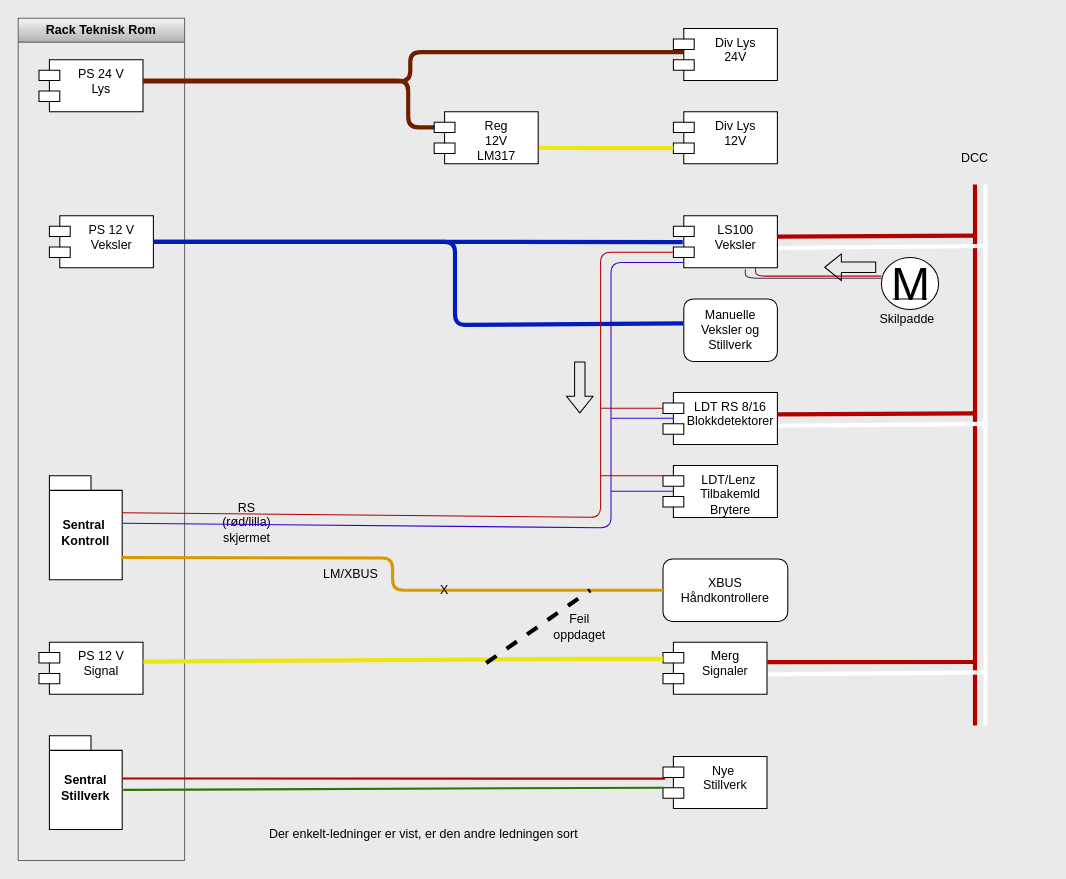
DrammenMJK/Elektrisk keeps this draw.io diagram as PowerSupplies.drawio. Above is the earlier version. Source tidied: cells renumbered, new cells numbered last; positions are measured from the earlier drawing's top-left corner, leaving out a move shared by most shapes. Both pictures are drawn from the tidied source at 104%, with x=0, y=0 at pixel (18, 18).
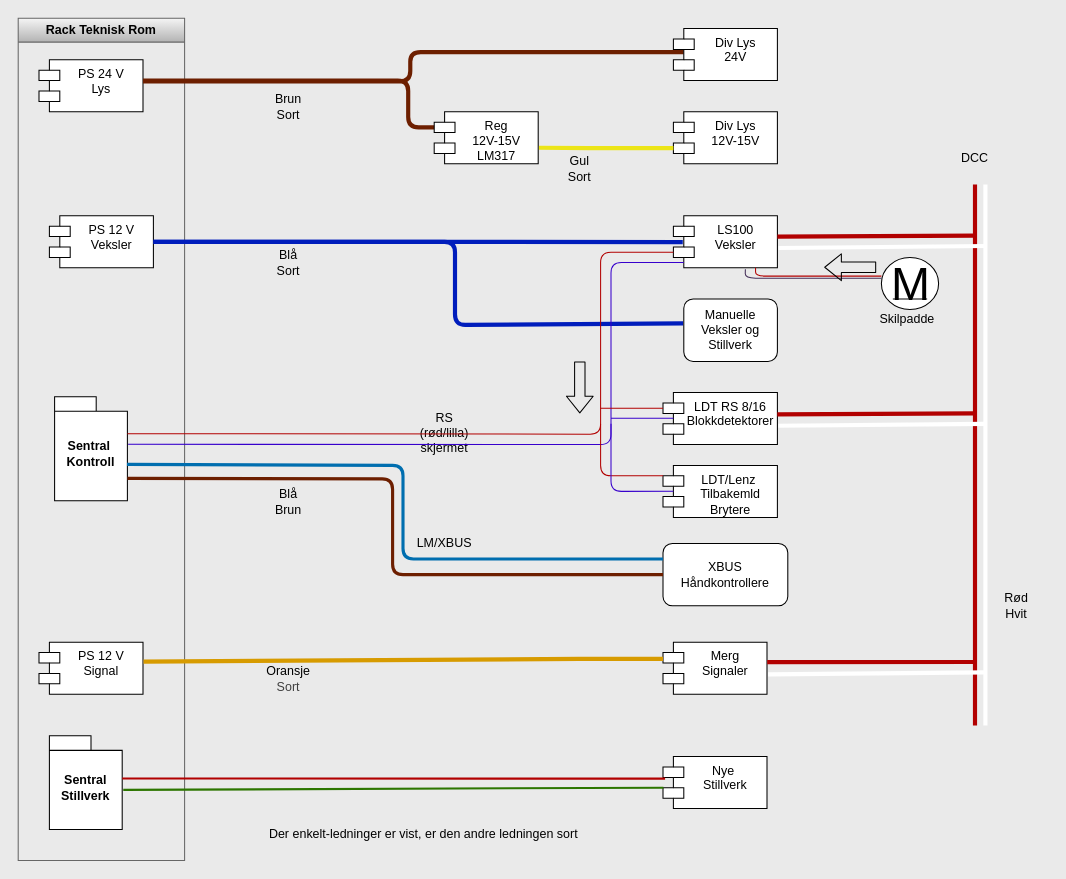
After the change.

The change refers to these unchanged cells:
```xml
<mxCell id="2" value="Rack Teknisk Rom" style="swimlane;whiteSpace=wrap;html=1;fillColor=#f5f5f5;gradientColor=#b3b3b3;strokeColor=#666666;shadow=0;" parent="1" vertex="1">
  <mxGeometry width="160" height="810" as="geometry" />
</mxCell>
<mxCell id="4" value="PS 12 V&lt;div&gt;Signal&lt;/div&gt;" style="shape=module;align=left;spacingLeft=20;align=center;verticalAlign=top;whiteSpace=wrap;html=1;" parent="2" vertex="1">
  <mxGeometry x="20" y="600" width="100" height="50" as="geometry" />
</mxCell>
<mxCell id="14" value="LS100&lt;div&gt;Veksler&lt;/div&gt;" style="shape=module;align=left;spacingLeft=20;align=center;verticalAlign=top;whiteSpace=wrap;html=1;" parent="1" vertex="1">
  <mxGeometry x="630" y="190" width="100" height="50" as="geometry" />
</mxCell>
```

Diff of the diagram source:
```diff
@@
+    <mxCell id="6" value="Sentral&amp;nbsp;&lt;br&gt;Kontroll" style="shape=folder;fontStyle=1;spacingTop=10;tabWidth=40;tabHeight=14;tabPosition=left;html=1;whiteSpace=wrap;" parent="2" vertex="1">
+      <mxGeometry x="35" y="364" width="70" height="100" as="geometry" />
+    </mxCell>
@@
-    <mxCell id="6" value="Sentral&amp;nbsp;&lt;br&gt;Kontroll" style="shape=folder;fontStyle=1;spacingTop=10;tabWidth=40;tabHeight=14;tabPosition=left;html=1;whiteSpace=wrap;" parent="1" vertex="1">
-      <mxGeometry x="30" y="440" width="70" height="100" as="geometry" />
-    </mxCell>
@@
-    <mxCell id="9" value="Reg&lt;div&gt;12V&lt;/div&gt;&lt;div&gt;LM317&lt;/div&gt;&lt;div&gt;&lt;br&gt;&lt;/div&gt;" style="shape=module;align=left;spacingLeft=20;align=center;verticalAlign=top;whiteSpace=wrap;html=1;" parent="1" vertex="1">
+    <mxCell id="9" value="Reg&lt;div&gt;12V-15V&lt;/div&gt;&lt;div&gt;LM317&lt;/div&gt;&lt;div&gt;&lt;br&gt;&lt;/div&gt;" style="shape=module;align=left;spacingLeft=20;align=center;verticalAlign=top;whiteSpace=wrap;html=1;" parent="1" vertex="1">
       <mxGeometry x="400" y="90" width="100" height="50" as="geometry" />
     </mxCell>
@@
-    <mxCell id="12" value="Div Lys&lt;div&gt;12V&lt;/div&gt;" style="shape=module;align=left;spacingLeft=20;align=center;verticalAlign=top;whiteSpace=wrap;html=1;" parent="1" vertex="1">
+    <mxCell id="12" value="Div Lys&lt;div&gt;12V-15V&lt;/div&gt;" style="shape=module;align=left;spacingLeft=20;align=center;verticalAlign=top;whiteSpace=wrap;html=1;" parent="1" vertex="1">
       <mxGeometry x="630" y="90" width="100" height="50" as="geometry" />
     </mxCell>
@@
     <mxCell id="17" value="RS (rød/lilla)&lt;div&gt;skjermet&lt;/div&gt;" style="text;strokeColor=none;align=center;fillColor=none;html=1;verticalAlign=middle;whiteSpace=wrap;rounded=0;" parent="1" vertex="1">
-      <mxGeometry x="190" y="470" width="60" height="30" as="geometry" />
+      <mxGeometry x="380" y="384" width="60" height="30" as="geometry" />
     </mxCell>
@@
     <mxCell id="19" style="endArrow=none;html=1;exitX=0;exitY=0;exitDx=70;exitDy=35.5;exitPerimeter=0;entryX=0;entryY=0;entryDx=0;entryDy=35;entryPerimeter=0;fillColor=#e51400;strokeColor=#B20000;" parent="1" edge="1" source="6" target="14">
       <mxGeometry relative="1" as="geometry">
         <Array as="points">
-          <mxPoint x="560" y="480" />
+          <mxPoint x="560" y="400" />
           <mxPoint x="560" y="270" />
           <mxPoint x="560" y="225" />
         </Array>
       </mxGeometry>
     </mxCell>
     <mxCell id="20" style="endArrow=none;html=1;exitX=1.01;exitY=0.457;exitDx=0;exitDy=0;exitPerimeter=0;entryX=0;entryY=0;entryDx=0;entryDy=35;entryPerimeter=0;fillColor=#6a00ff;strokeColor=#3700CC;" parent="1" edge="1" source="6">
       <mxGeometry relative="1" as="geometry">
         <mxPoint x="640" y="235" as="targetPoint" />
         <Array as="points">
-          <mxPoint x="570" y="490" />
+          <mxPoint x="570" y="410" />
           <mxPoint x="570" y="280" />
           <mxPoint x="570" y="235" />
         </Array>
       </mxGeometry>
     </mxCell>
@@
     <mxCell id="25" style="endArrow=none;html=1;entryX=0;entryY=0;entryDx=0;entryDy=15;entryPerimeter=0;rounded=1;strokeColor=#B20000;align=center;verticalAlign=middle;fontFamily=Helvetica;fontSize=11;fontColor=default;labelBackgroundColor=default;fillColor=#e51400;" parent="1" edge="1">
       <mxGeometry relative="1" as="geometry">
-        <mxPoint x="560" y="440" as="sourcePoint" />
+        <mxPoint x="560" y="390" as="sourcePoint" />
         <mxPoint x="620" y="440" as="targetPoint" />
+        <Array as="points">
+          <mxPoint x="560" y="440" />
+        </Array>
       </mxGeometry>
     </mxCell>
     <mxCell id="26" style="endArrow=none;html=1;entryX=0;entryY=0;entryDx=0;entryDy=15;entryPerimeter=0;rounded=1;strokeColor=#3700CC;align=center;verticalAlign=middle;fontFamily=Helvetica;fontSize=11;fontColor=default;labelBackgroundColor=default;fillColor=#6a00ff;" parent="1" edge="1">
       <mxGeometry relative="1" as="geometry">
-        <mxPoint x="570" y="454.8" as="sourcePoint" />
+        <mxPoint x="570" y="390" as="sourcePoint" />
         <mxPoint x="630" y="454.8" as="targetPoint" />
+        <Array as="points">
+          <mxPoint x="570" y="455" />
+        </Array>
       </mxGeometry>
     </mxCell>
@@
-    <mxCell id="28" style="edgeStyle=none;html=1;entryX=0;entryY=0;entryDx=0;entryDy=35;entryPerimeter=0;fillColor=#ffff88;strokeColor=light-dark(#ece518, #babdc0);rounded=1;strokeWidth=4;align=center;verticalAlign=middle;fontFamily=Helvetica;fontSize=11;fontColor=default;labelBackgroundColor=default;endArrow=none;exitX=1.005;exitY=0.373;exitDx=0;exitDy=0;exitPerimeter=0;" parent="1" edge="1" source="4">
+    <mxCell id="28" style="edgeStyle=none;html=1;entryX=0;entryY=0;entryDx=0;entryDy=35;entryPerimeter=0;rounded=1;strokeWidth=4;align=center;verticalAlign=middle;fontFamily=Helvetica;fontSize=11;fontColor=default;labelBackgroundColor=default;endArrow=none;exitX=1.005;exitY=0.373;exitDx=0;exitDy=0;exitPerimeter=0;fillColor=#ffe6cc;strokeColor=#d79b00;" parent="1" edge="1" source="4">
       <mxGeometry relative="1" as="geometry">
         <mxPoint x="620" y="616" as="targetPoint" />
         <Array as="points">
           <mxPoint x="550" y="616" />
         </Array>
       </mxGeometry>
     </mxCell>
     <mxCell id="29" value="&lt;div&gt;XBUS&lt;/div&gt;Håndkontrollere" style="rounded=1;whiteSpace=wrap;html=1;" parent="1" vertex="1">
-      <mxGeometry x="620" y="520" width="120" height="60" as="geometry" />
+      <mxGeometry x="620" y="505" width="120" height="60" as="geometry" />
     </mxCell>
-    <mxCell id="30" style="endArrow=none;html=1;entryX=0;entryY=0.5;entryDx=0;entryDy=0;exitX=0;exitY=0;exitDx=70;exitDy=78.5;exitPerimeter=0;fillColor=#ffcd28;gradientColor=#ffa500;strokeColor=#d79b00;strokeWidth=3;" parent="1" edge="1" source="6" target="29">
+    <mxCell id="30" style="endArrow=none;html=1;entryX=0;entryY=0.5;entryDx=0;entryDy=0;exitX=0;exitY=0;exitDx=70;exitDy=78.5;exitPerimeter=0;fillColor=#a0522d;strokeColor=#6D1F00;strokeWidth=3;" parent="1" edge="1" source="6" target="29">
       <mxGeometry relative="1" as="geometry">
         <Array as="points">
-          <mxPoint x="360" y="519" />
-          <mxPoint x="360" y="550" />
+          <mxPoint x="360" y="443" />
+          <mxPoint x="360" y="535" />
         </Array>
       </mxGeometry>
     </mxCell>
     <mxCell id="31" value="LM/XBUS" style="text;strokeColor=none;align=center;fillColor=none;html=1;verticalAlign=middle;whiteSpace=wrap;rounded=0;" parent="1" vertex="1">
-      <mxGeometry x="290" y="520" width="60" height="30" as="geometry" />
+      <mxGeometry x="380" y="490" width="60" height="30" as="geometry" />
     </mxCell>
@@
-    <mxCell id="48" style="endArrow=none;html=1;strokeWidth=4;dashed=1;" parent="1" edge="1">
-      <mxGeometry relative="1" as="geometry">
-        <mxPoint x="450" y="620" as="sourcePoint" />
-        <mxPoint x="550" y="550" as="targetPoint" />
-      </mxGeometry>
-    </mxCell>
-    <mxCell id="49" value="Feil oppdaget" style="text;strokeColor=none;align=center;fillColor=none;html=1;verticalAlign=middle;whiteSpace=wrap;rounded=0;" parent="1" vertex="1">
-      <mxGeometry x="510" y="570" width="60" height="30" as="geometry" />
-    </mxCell>
-    <mxCell id="50" value="X" style="text;strokeColor=none;align=center;fillColor=none;html=1;verticalAlign=middle;whiteSpace=wrap;rounded=0;" parent="1" vertex="1">
-      <mxGeometry x="380" y="535" width="60" height="30" as="geometry" />
-    </mxCell>
@@
+    <mxCell id="54" value="Oransje&lt;div&gt;&lt;span style=&quot;color: rgb(63, 63, 63); background-color: transparent;&quot;&gt;Sort&lt;/span&gt;&lt;/div&gt;" style="text;strokeColor=none;align=center;fillColor=none;html=1;verticalAlign=middle;whiteSpace=wrap;rounded=0;" parent="1" vertex="1">
+      <mxGeometry x="230" y="620" width="60" height="30" as="geometry" />
+    </mxCell>
+    <mxCell id="55" value="Blå&lt;div&gt;Brun&lt;/div&gt;" style="text;strokeColor=none;align=center;fillColor=none;html=1;verticalAlign=middle;whiteSpace=wrap;rounded=0;" parent="1" vertex="1">
+      <mxGeometry x="230" y="450" width="60" height="30" as="geometry" />
+    </mxCell>
+    <mxCell id="56" style="endArrow=none;html=1;entryX=0;entryY=0.25;entryDx=0;entryDy=0;exitX=0.994;exitY=0.65;exitDx=0;exitDy=0;exitPerimeter=0;fillColor=#1ba1e2;strokeColor=#006EAF;strokeWidth=3;" parent="1" edge="1" source="6" target="29">
+      <mxGeometry relative="1" as="geometry">
+        <Array as="points">
+          <mxPoint x="370" y="430" />
+          <mxPoint x="370" y="520" />
+        </Array>
+      </mxGeometry>
+    </mxCell>
+    <mxCell id="57" value="Gul&lt;div&gt;Sort&lt;/div&gt;" style="text;strokeColor=none;align=center;fillColor=none;html=1;verticalAlign=middle;whiteSpace=wrap;rounded=0;" parent="1" vertex="1">
+      <mxGeometry x="510" y="130" width="60" height="30" as="geometry" />
+    </mxCell>
+    <mxCell id="58" value="Blå&lt;div&gt;Sort&lt;/div&gt;" style="text;strokeColor=none;align=center;fillColor=none;html=1;verticalAlign=middle;whiteSpace=wrap;rounded=0;" parent="1" vertex="1">
+      <mxGeometry x="230" y="220" width="60" height="30" as="geometry" />
+    </mxCell>
+    <mxCell id="59" value="Brun&lt;div&gt;Sort&lt;/div&gt;" style="text;strokeColor=none;align=center;fillColor=none;html=1;verticalAlign=middle;whiteSpace=wrap;rounded=0;" parent="1" vertex="1">
+      <mxGeometry x="230" y="70" width="60" height="30" as="geometry" />
+    </mxCell>
+    <mxCell id="60" value="Rød&lt;div&gt;Hvit&lt;/div&gt;" style="text;strokeColor=none;align=center;fillColor=none;html=1;verticalAlign=middle;whiteSpace=wrap;rounded=0;" parent="1" vertex="1">
+      <mxGeometry x="930" y="550" width="60" height="30" as="geometry" />
+    </mxCell>
```
